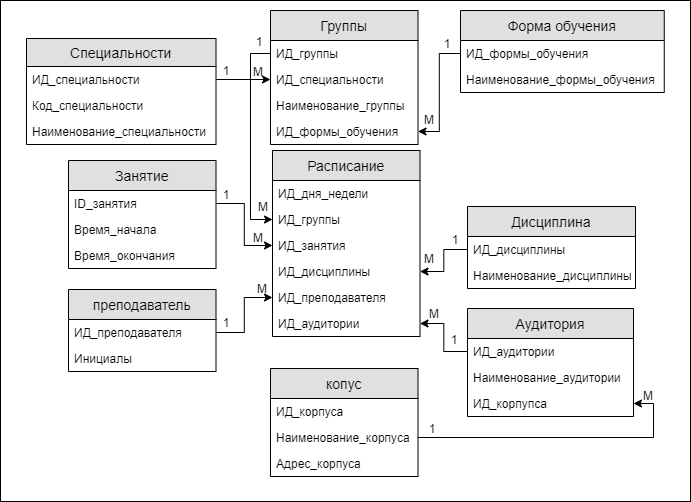
Earlier version of the draw.io export база_данных.png (Sayikoro/DBFRead). Source tidied: cells renumbered, new cells last; positions are measured from the earlier drawing's top-left corner, leaving out a move shared by most shapes.
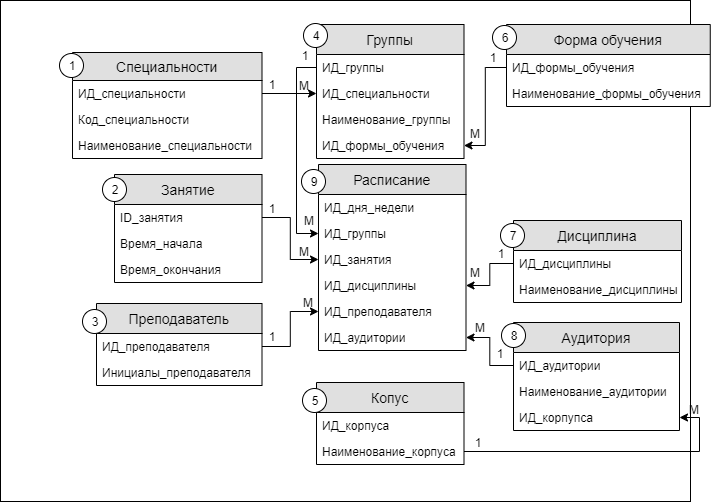
Above is the later version.

Change to the diagram source:
```diff
@@ -3,7 +3,7 @@
     <mxCell id="0" />
     <mxCell id="1" parent="0" />
     <mxCell id="2" style="rounded=0;whiteSpace=wrap;html=1;" parent="1" vertex="1">
-      <mxGeometry width="690" height="501" as="geometry" />
+      <mxGeometry x="-46" y="-14" width="690" height="501" as="geometry" />
     </mxCell>
     <mxCell id="3" style="edgeStyle=orthogonalEdgeStyle;rounded=0;orthogonalLoop=1;jettySize=auto;html=1;exitX=0.5;exitY=1;exitDx=0;exitDy=0;" parent="1" edge="1">
       <mxGeometry relative="1" as="geometry">
@@ -53,14 +53,14 @@
     <mxCell id="17" style="edgeStyle=orthogonalEdgeStyle;rounded=0;jettySize=auto;html=1;entryX=1;entryY=0.5;entryDx=0;entryDy=0;" parent="1" edge="1" source="15" target="12">
       <mxGeometry relative="1" as="geometry" />
     </mxCell>
-    <mxCell id="18" value="преподаватель" style="swimlane;fontStyle=0;horizontal=1;startSize=30;fillColor=#e0e0e0;swimlaneFillColor=#ffffff;align=center;fontSize=14;direction=east;gradientColor=none;" parent="1" vertex="1">
-      <mxGeometry x="68" y="289" width="147.5" height="82" as="geometry" />
+    <mxCell id="18" value="Преподаватель" style="swimlane;fontStyle=0;horizontal=1;startSize=30;fillColor=#e0e0e0;swimlaneFillColor=#ffffff;align=center;fontSize=14;direction=east;gradientColor=none;" parent="1" vertex="1">
+      <mxGeometry x="50" y="289" width="165.5" height="82" as="geometry" />
     </mxCell>
     <mxCell id="19" value="ИД_преподавателя" style="text;strokeColor=none;fillColor=none;spacingLeft=4;spacingRight=4;overflow=hidden;points=[[0,0.5],[1,0.5]];portConstraint=eastwest;fontSize=12;" parent="18" vertex="1">
-      <mxGeometry y="30" width="147.5" height="26" as="geometry" />
+      <mxGeometry y="30" width="165.5" height="26" as="geometry" />
     </mxCell>
-    <mxCell id="20" value="Инициалы" style="text;strokeColor=none;fillColor=none;spacingLeft=4;spacingRight=4;overflow=hidden;fontSize=12;" parent="18" vertex="1">
-      <mxGeometry y="56" width="147.5" height="26" as="geometry" />
+    <mxCell id="20" value="Инициалы_преподавателя" style="text;strokeColor=none;fillColor=none;spacingLeft=4;spacingRight=4;overflow=hidden;fontSize=12;" parent="18" vertex="1">
+      <mxGeometry y="56" width="165.5" height="26" as="geometry" />
     </mxCell>
     <mxCell id="21" value="Дисциплина" style="swimlane;fontStyle=0;horizontal=1;startSize=30;fillColor=#e0e0e0;swimlaneFillColor=#ffffff;align=center;fontSize=14;direction=east;gradientColor=none;" parent="1" vertex="1">
       <mxGeometry x="467" y="206" width="168" height="82" as="geometry" />
@@ -95,8 +95,8 @@
     <mxCell id="31" value="Время_окончания" style="text;strokeColor=none;fillColor=none;spacingLeft=4;spacingRight=4;overflow=hidden;fontSize=12;" parent="28" vertex="1">
       <mxGeometry y="82" width="147.5" height="26" as="geometry" />
     </mxCell>
-    <mxCell id="32" value="копус" style="swimlane;fontStyle=0;horizontal=1;startSize=30;fillColor=#e0e0e0;swimlaneFillColor=#ffffff;align=center;fontSize=14;direction=east;gradientColor=none;" parent="1" vertex="1">
-      <mxGeometry x="270" y="368" width="147.5" height="108" as="geometry" />
+    <mxCell id="32" value="Копус" style="swimlane;fontStyle=0;horizontal=1;startSize=30;fillColor=#e0e0e0;swimlaneFillColor=#ffffff;align=center;fontSize=14;direction=east;gradientColor=none;" parent="1" vertex="1">
+      <mxGeometry x="270" y="368" width="147.5" height="82" as="geometry" />
     </mxCell>
     <mxCell id="33" value="ИД_корпуса" style="text;strokeColor=none;fillColor=none;spacingLeft=4;spacingRight=4;overflow=hidden;fontSize=12;" parent="32" vertex="1">
       <mxGeometry y="30" width="147.5" height="26" as="geometry" />
@@ -104,9 +104,6 @@
     <mxCell id="34" value="Наименование_корпуса" style="text;strokeColor=none;fillColor=none;spacingLeft=4;spacingRight=4;overflow=hidden;points=[[0,0.5],[1,0.5]];portConstraint=eastwest;fontSize=12;" parent="32" vertex="1">
       <mxGeometry y="56" width="147.5" height="26" as="geometry" />
     </mxCell>
-    <mxCell id="35" value="Адрес_корпуса" style="text;strokeColor=none;fillColor=none;spacingLeft=4;spacingRight=4;overflow=hidden;fontSize=12;" parent="32" vertex="1">
-      <mxGeometry y="82" width="147.5" height="26" as="geometry" />
-    </mxCell>
     <mxCell id="36" value="Расписание" style="swimlane;fontStyle=0;horizontal=1;startSize=30;fillColor=#e0e0e0;swimlaneFillColor=#ffffff;align=center;fontSize=14;direction=east;gradientColor=none;" parent="1" vertex="1">
       <mxGeometry x="272" y="150" width="147.5" height="186" as="geometry" />
     </mxCell>
@@ -194,5 +191,86 @@
     <mxCell id="64" value="М" style="text;html=1;strokeColor=none;fillColor=none;align=center;verticalAlign=middle;whiteSpace=wrap;rounded=0;" parent="1" vertex="1">
       <mxGeometry x="238" y="227" width="40" height="20" as="geometry" />
     </mxCell>
+    <mxCell id="65" style="group;" parent="1" vertex="1">
+      <mxGeometry x="6" y="39" width="40" height="24" as="geometry" />
+    </mxCell>
+    <mxCell id="66" style="ellipse;whiteSpace=wrap;html=1;" parent="65" vertex="1">
+      <mxGeometry x="7" width="24" height="24" as="geometry" />
+    </mxCell>
+    <mxCell id="67" value="1" style="text;html=1;strokeColor=none;fillColor=none;align=center;verticalAlign=middle;whiteSpace=wrap;rounded=0;" parent="65" vertex="1">
+      <mxGeometry y="2" width="40" height="20" as="geometry" />
+    </mxCell>
+    <mxCell id="68" style="group;" parent="1" vertex="1">
+      <mxGeometry x="49" y="163" width="40" height="24" as="geometry" />
+    </mxCell>
+    <mxCell id="69" style="ellipse;whiteSpace=wrap;html=1;" parent="68" vertex="1">
+      <mxGeometry x="7" width="24" height="24" as="geometry" />
+    </mxCell>
+    <mxCell id="70" value="2" style="text;html=1;strokeColor=none;fillColor=none;align=center;verticalAlign=middle;whiteSpace=wrap;rounded=0;" parent="68" vertex="1">
+      <mxGeometry y="2" width="40" height="20" as="geometry" />
+    </mxCell>
+    <mxCell id="71" style="group;" parent="1" vertex="1">
+      <mxGeometry x="29" y="295" width="40" height="24" as="geometry" />
+    </mxCell>
+    <mxCell id="72" style="ellipse;whiteSpace=wrap;html=1;" parent="71" vertex="1">
+      <mxGeometry x="7" width="24" height="24" as="geometry" />
+    </mxCell>
+    <mxCell id="73" value="3" style="text;html=1;strokeColor=none;fillColor=none;align=center;verticalAlign=middle;whiteSpace=wrap;rounded=0;" parent="71" vertex="1">
+      <mxGeometry y="2" width="40" height="20" as="geometry" />
+    </mxCell>
+    <mxCell id="74" style="group;" parent="1" vertex="1">
+      <mxGeometry x="250" y="9" width="40" height="24" as="geometry" />
+    </mxCell>
+    <mxCell id="75" style="ellipse;whiteSpace=wrap;html=1;" parent="74" vertex="1">
+      <mxGeometry x="7" width="24" height="24" as="geometry" />
+    </mxCell>
+    <mxCell id="76" value="4" style="text;html=1;strokeColor=none;fillColor=none;align=center;verticalAlign=middle;whiteSpace=wrap;rounded=0;" parent="74" vertex="1">
+      <mxGeometry y="2" width="40" height="20" as="geometry" />
+    </mxCell>
+    <mxCell id="77" style="group;" parent="1" vertex="1">
+      <mxGeometry x="249" y="374" width="40" height="24" as="geometry" />
+    </mxCell>
+    <mxCell id="78" style="ellipse;whiteSpace=wrap;html=1;" parent="77" vertex="1">
+      <mxGeometry x="7" width="24" height="24" as="geometry" />
+    </mxCell>
+    <mxCell id="79" value="5" style="text;html=1;strokeColor=none;fillColor=none;align=center;verticalAlign=middle;whiteSpace=wrap;rounded=0;" parent="77" vertex="1">
+      <mxGeometry y="2" width="40" height="20" as="geometry" />
+    </mxCell>
+    <mxCell id="80" style="group;" parent="1" vertex="1">
+      <mxGeometry x="439" y="11" width="40" height="24" as="geometry" />
+    </mxCell>
+    <mxCell id="81" style="ellipse;whiteSpace=wrap;html=1;" parent="80" vertex="1">
+      <mxGeometry x="7" width="24" height="24" as="geometry" />
+    </mxCell>
+    <mxCell id="82" value="6" style="text;html=1;strokeColor=none;fillColor=none;align=center;verticalAlign=middle;whiteSpace=wrap;rounded=0;" parent="80" vertex="1">
+      <mxGeometry y="2" width="40" height="20" as="geometry" />
+    </mxCell>
+    <mxCell id="83" style="group;" parent="1" vertex="1">
+      <mxGeometry x="447" y="209" width="40" height="24" as="geometry" />
+    </mxCell>
+    <mxCell id="84" style="ellipse;whiteSpace=wrap;html=1;" parent="83" vertex="1">
+      <mxGeometry x="7" width="24" height="24" as="geometry" />
+    </mxCell>
+    <mxCell id="85" value="7" style="text;html=1;strokeColor=none;fillColor=none;align=center;verticalAlign=middle;whiteSpace=wrap;rounded=0;" parent="83" vertex="1">
+      <mxGeometry y="2" width="40" height="20" as="geometry" />
+    </mxCell>
+    <mxCell id="86" style="group;" parent="1" vertex="1">
+      <mxGeometry x="448" y="309" width="40" height="24" as="geometry" />
+    </mxCell>
+    <mxCell id="87" style="ellipse;whiteSpace=wrap;html=1;" parent="86" vertex="1">
+      <mxGeometry x="7" width="24" height="24" as="geometry" />
+    </mxCell>
+    <mxCell id="88" value="8" style="text;html=1;strokeColor=none;fillColor=none;align=center;verticalAlign=middle;whiteSpace=wrap;rounded=0;" parent="86" vertex="1">
+      <mxGeometry y="2" width="40" height="20" as="geometry" />
+    </mxCell>
+    <mxCell id="89" style="group;" parent="1" vertex="1">
+      <mxGeometry x="248" y="155" width="40" height="24" as="geometry" />
+    </mxCell>
+    <mxCell id="90" style="ellipse;whiteSpace=wrap;html=1;" parent="89" vertex="1">
+      <mxGeometry x="7" width="24" height="24" as="geometry" />
+    </mxCell>
+    <mxCell id="91" value="9" style="text;html=1;strokeColor=none;fillColor=none;align=center;verticalAlign=middle;whiteSpace=wrap;rounded=0;" parent="89" vertex="1">
+      <mxGeometry y="2" width="40" height="20" as="geometry" />
+    </mxCell>
   </root>
 </mxGraphModel>
```
